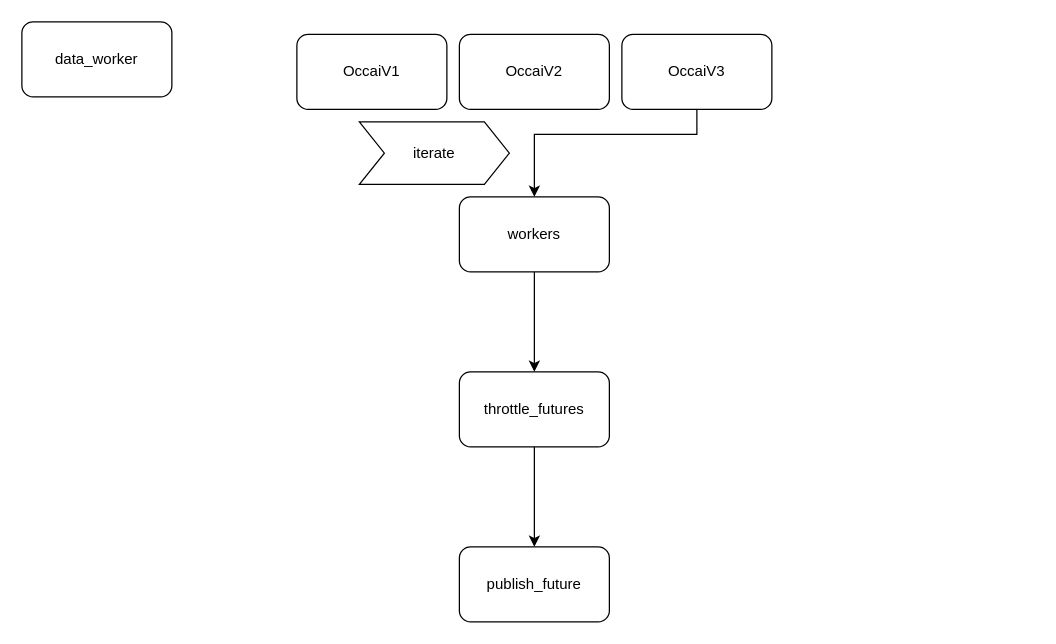
This is video_capture.drawio from YueChuCheng/Wayside_draw, a draw.io file, before an edit. Source tidied: cells renumbered, new cells numbered last; positions are measured from the earlier drawing's top-left corner, leaving out a move shared by most shapes. Both pictures are drawn from the tidied source at 125%, with x=0, y=0 at pixel (21, 21).
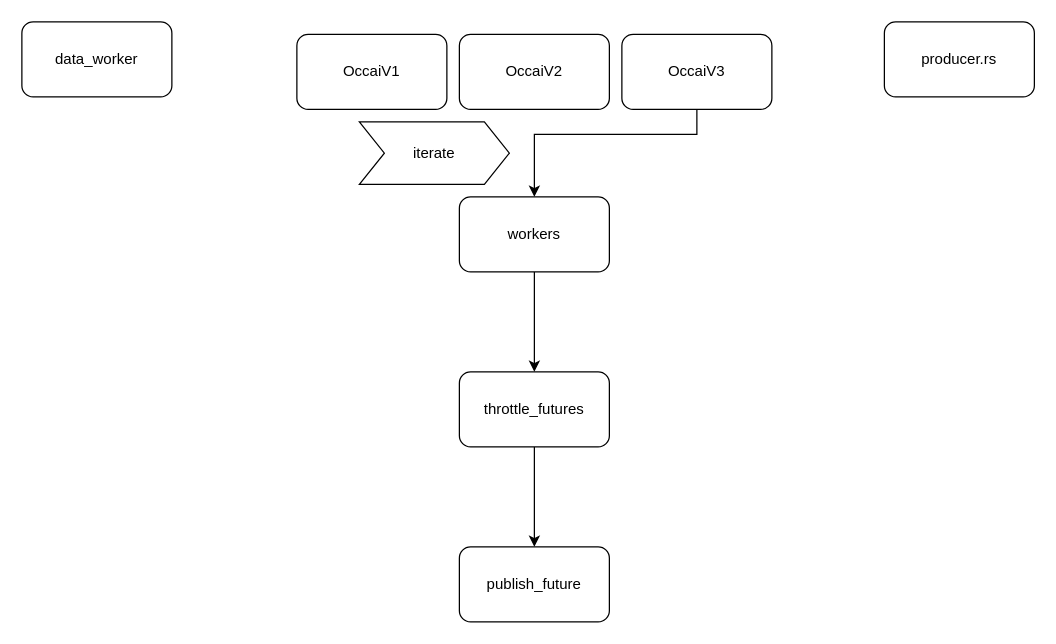
After the change.

What changed in the source:
```diff
@@
 <mxGraphModel>
   <root>
     <mxCell id="0" />
     <mxCell id="1" parent="0" />
     <mxCell id="2" value="data_worker" style="rounded=1;whiteSpace=wrap;html=1;" parent="1" vertex="1">
       <mxGeometry width="120" height="60" as="geometry" />
     </mxCell>
     <mxCell id="3" style="edgeStyle=orthogonalEdgeStyle;rounded=0;jettySize=auto;html=1;" parent="1" edge="1" source="4" target="11">
       <mxGeometry relative="1" as="geometry" />
     </mxCell>
     <mxCell id="4" value="workers" style="rounded=1;whiteSpace=wrap;html=1;" parent="1" vertex="1">
       <mxGeometry x="350" y="140" width="120" height="60" as="geometry" />
     </mxCell>
     <mxCell id="5" style="edgeStyle=orthogonalEdgeStyle;rounded=0;jettySize=auto;html=1;entryX=0.5;entryY=0;entryDx=0;entryDy=0;" parent="1" edge="1" source="6" target="4">
       <mxGeometry relative="1" as="geometry">
         <Array as="points">
           <mxPoint x="540" y="90" />
           <mxPoint x="410" y="90" />
         </Array>
       </mxGeometry>
     </mxCell>
     <mxCell id="6" value="OccaiV3" style="whiteSpace=wrap;html=1;rounded=1;" parent="1" vertex="1">
       <mxGeometry x="480" y="10" width="120" height="60" as="geometry" />
     </mxCell>
     <mxCell id="7" value="iterate" style="shape=step;perimeter=stepPerimeter;whiteSpace=wrap;html=1;fixedSize=1;rotation=0;" parent="1" vertex="1">
       <mxGeometry x="270" y="80" width="120" height="50" as="geometry" />
     </mxCell>
     <mxCell id="8" value="OccaiV2" style="whiteSpace=wrap;html=1;rounded=1;" parent="1" vertex="1">
       <mxGeometry x="350" y="10" width="120" height="60" as="geometry" />
     </mxCell>
     <mxCell id="9" value="OccaiV1" style="whiteSpace=wrap;html=1;rounded=1;" parent="1" vertex="1">
       <mxGeometry x="220" y="10" width="120" height="60" as="geometry" />
     </mxCell>
     <mxCell id="10" style="edgeStyle=orthogonalEdgeStyle;rounded=0;jettySize=auto;html=1;" parent="1" edge="1" source="11" target="12">
       <mxGeometry relative="1" as="geometry" />
     </mxCell>
     <mxCell id="11" value="throttle_futures" style="whiteSpace=wrap;html=1;rounded=1;" parent="1" vertex="1">
       <mxGeometry x="350" y="280" width="120" height="60" as="geometry" />
     </mxCell>
     <mxCell id="12" value="publish_future" style="whiteSpace=wrap;html=1;rounded=1;" parent="1" vertex="1">
       <mxGeometry x="350" y="420" width="120" height="60" as="geometry" />
     </mxCell>
+    <mxCell id="13" value="producer.rs" style="whiteSpace=wrap;html=1;rounded=1;" parent="1" vertex="1">
+      <mxGeometry x="690" width="120" height="60" as="geometry" />
+    </mxCell>
   </root>
 </mxGraphModel>
```
